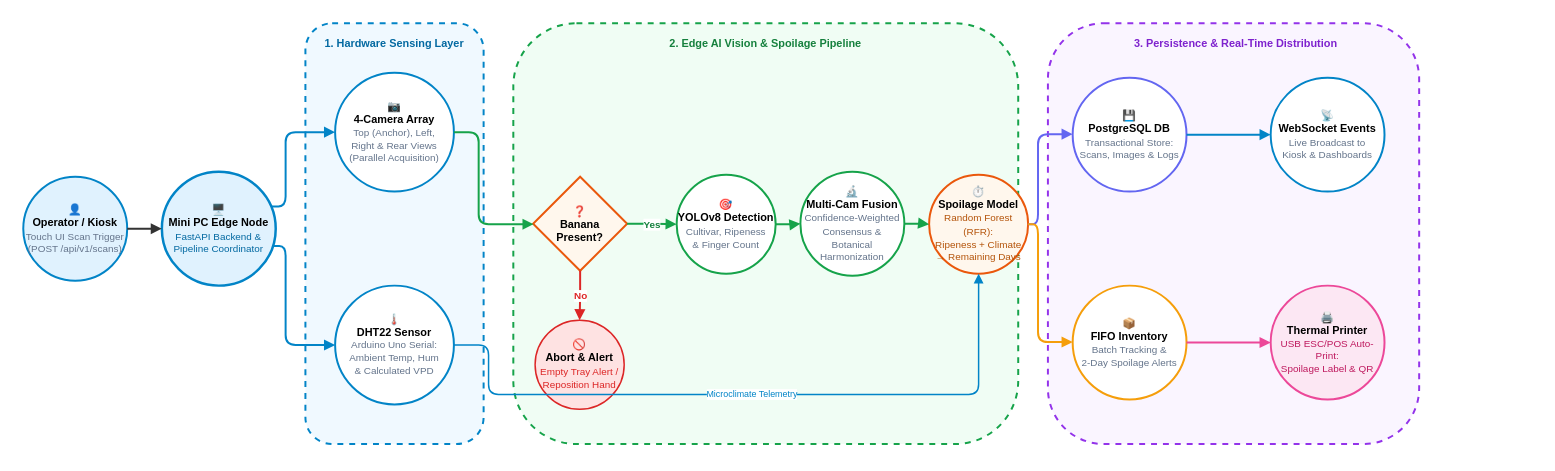
Before: docs/bananavision-docs/docs/workflows/workflow_iot.drawio in BlackShark404/BananaVision, a draw.io diagram. Source tidied: cells renumbered, new cells numbered last; positions are measured from the earlier drawing's top-left corner, leaving out a move shared by most shapes. Both pictures are drawn from the tidied source at 99%, with x=0, y=0 at pixel (23, 23).
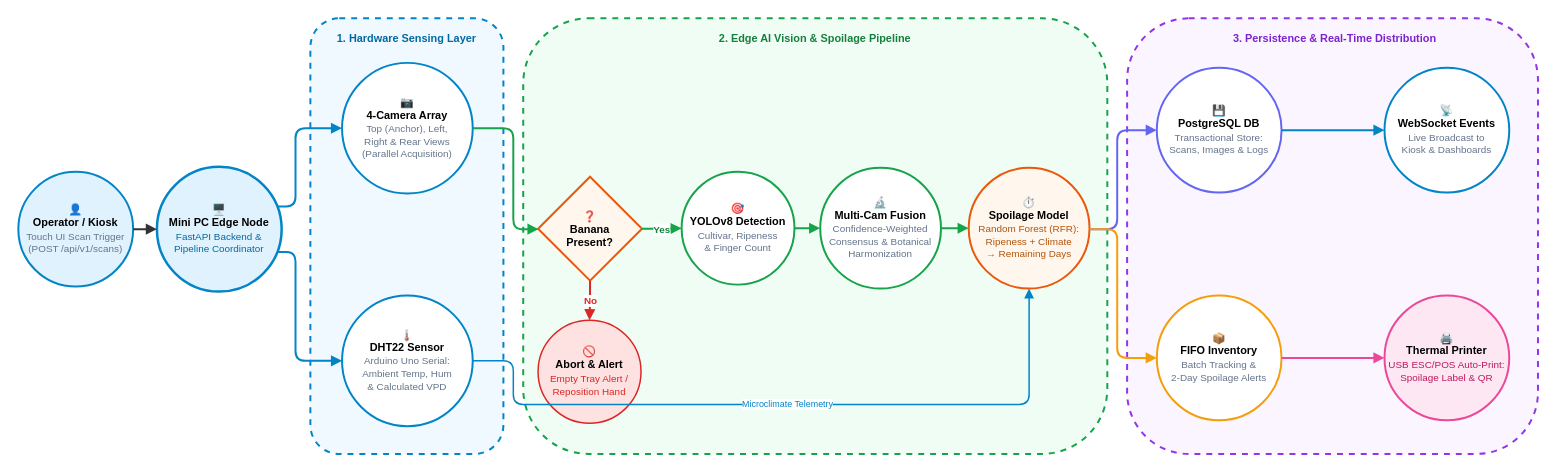
Above is the later version.

Commit message (it also covers changes not shown here):
docs: update IoT and workflow diagram layouts and node dimensions

The edit, as a diff of the source:
```diff
@@
-    <mxCell id="2" value="👤&lt;br&gt;&lt;b&gt;Operator / Kiosk&lt;/b&gt;&lt;br&gt;&lt;font color=&quot;#64748b&quot; style=&quot;font-size: 10px;&quot;&gt;Touch UI Scan Trigger&lt;br&gt;(POST /api/v1/scans)&lt;/font&gt;" style="ellipse;whiteSpace=wrap;html=1;fillColor=#e0f2fe;strokeColor=#0284c7;strokeWidth=2;fontSize=11;" parent="1" vertex="1">
-      <mxGeometry y="155" width="105" height="105" as="geometry" />
+    <mxCell id="2" value="👤&lt;br&gt;&lt;b&gt;Operator / Kiosk&lt;/b&gt;&lt;br&gt;&lt;font color=&quot;#64748b&quot; style=&quot;font-size: 10px;&quot;&gt;Touch UI Scan Trigger&lt;br&gt;(POST /api/v1/scans)&lt;/font&gt;" style="ellipse;whiteSpace=wrap;html=1;fillColor=#e0f2fe;strokeColor=#0284c7;strokeWidth=2;fontSize=11;spacing=3;" parent="1" vertex="1">
+      <mxGeometry x="-5" y="150" width="116" height="116" as="geometry" />
     </mxCell>
-    <mxCell id="3" value="🖥️&lt;br&gt;&lt;b&gt;Mini PC Edge Node&lt;/b&gt;&lt;br&gt;&lt;font color=&quot;#0369a1&quot; style=&quot;font-size: 10px;&quot;&gt;FastAPI Backend &amp;amp;&lt;br&gt;Pipeline Coordinator&lt;/font&gt;" style="ellipse;whiteSpace=wrap;html=1;fillColor=#e0f2fe;strokeColor=#0284c7;strokeWidth=2.5;fontSize=11;" parent="1" vertex="1">
-      <mxGeometry x="140" y="150" width="115" height="115" as="geometry" />
+    <mxCell id="3" value="🖥️&lt;br&gt;&lt;b&gt;Mini PC Edge Node&lt;/b&gt;&lt;br&gt;&lt;font color=&quot;#0369a1&quot; style=&quot;font-size: 10px;&quot;&gt;FastAPI Backend &amp;amp;&lt;br&gt;Pipeline Coordinator&lt;/font&gt;" style="ellipse;whiteSpace=wrap;html=1;fillColor=#e0f2fe;strokeColor=#0284c7;strokeWidth=2.5;fontSize=11;spacing=3;" parent="1" vertex="1">
+      <mxGeometry x="135" y="145" width="126" height="126" as="geometry" />
     </mxCell>
     <mxCell id="4" style="rounded=1;whiteSpace=wrap;html=1;fillColor=#f0f9ff;strokeColor=#0284c7;strokeWidth=2;dashed=1;" parent="1" vertex="1">
-      <mxGeometry x="285" width="180" height="425" as="geometry" />
+      <mxGeometry x="290" y="-5" width="195" height="440" as="geometry" />
     </mxCell>
     <mxCell id="5" value="&lt;b&gt;1. Hardware Sensing Layer&lt;/b&gt;" style="text;html=1;align=center;verticalAlign=middle;whiteSpace=wrap;rounded=0;fontSize=11;fontColor=#0369a1;" parent="1" vertex="1">
-      <mxGeometry x="290" y="10" width="170" height="20" as="geometry" />
+      <mxGeometry x="295" y="5" width="185" height="20" as="geometry" />
     </mxCell>
-    <mxCell id="6" value="📷&lt;br&gt;&lt;b&gt;4-Camera Array&lt;/b&gt;&lt;br&gt;&lt;font color=&quot;#64748b&quot; style=&quot;font-size: 10px;&quot;&gt;Top (Anchor), Left,&lt;br&gt;Right &amp;amp; Rear Views&lt;br&gt;(Parallel Acquisition)&lt;/font&gt;" style="ellipse;whiteSpace=wrap;html=1;fillColor=#ffffff;strokeColor=#0284c7;strokeWidth=2;fontSize=11;" parent="1" vertex="1">
-      <mxGeometry x="315" y="50" width="120" height="120" as="geometry" />
+    <mxCell id="6" value="📷&lt;br&gt;&lt;b&gt;4-Camera Array&lt;/b&gt;&lt;br&gt;&lt;font color=&quot;#64748b&quot; style=&quot;font-size: 10px;&quot;&gt;Top (Anchor), Left,&lt;br&gt;Right &amp;amp; Rear Views&lt;br&gt;(Parallel Acquisition)&lt;/font&gt;" style="ellipse;whiteSpace=wrap;html=1;fillColor=#ffffff;strokeColor=#0284c7;strokeWidth=2;fontSize=11;spacing=3;" parent="1" vertex="1">
+      <mxGeometry x="322" y="40" width="132" height="132" as="geometry" />
     </mxCell>
-    <mxCell id="7" value="🌡️&lt;br&gt;&lt;b&gt;DHT22 Sensor&lt;/b&gt;&lt;br&gt;&lt;font color=&quot;#64748b&quot; style=&quot;font-size: 10px;&quot;&gt;Arduino Uno Serial:&lt;br&gt;Ambient Temp, Hum&lt;br&gt;&amp;amp; Calculated VPD&lt;/font&gt;" style="ellipse;whiteSpace=wrap;html=1;fillColor=#ffffff;strokeColor=#0284c7;strokeWidth=2;fontSize=11;" parent="1" vertex="1">
-      <mxGeometry x="315" y="265" width="120" height="120" as="geometry" />
+    <mxCell id="7" value="🌡️&lt;br&gt;&lt;b&gt;DHT22 Sensor&lt;/b&gt;&lt;br&gt;&lt;font color=&quot;#64748b&quot; style=&quot;font-size: 10px;&quot;&gt;Arduino Uno Serial:&lt;br&gt;Ambient Temp, Hum&lt;br&gt;&amp;amp; Calculated VPD&lt;/font&gt;" style="ellipse;whiteSpace=wrap;html=1;fillColor=#ffffff;strokeColor=#0284c7;strokeWidth=2;fontSize=11;spacing=3;" parent="1" vertex="1">
+      <mxGeometry x="322" y="275" width="132" height="132" as="geometry" />
     </mxCell>
     <mxCell id="8" style="rounded=1;whiteSpace=wrap;html=1;fillColor=#f0fdf4;strokeColor=#16a34a;strokeWidth=2;dashed=1;" parent="1" vertex="1">
-      <mxGeometry x="495" width="510" height="425" as="geometry" />
+      <mxGeometry x="505" y="-5" width="590" height="440" as="geometry" />
     </mxCell>
     <mxCell id="9" value="&lt;b&gt;2. Edge AI Vision &amp;amp; Spoilage Pipeline&lt;/b&gt;" style="text;html=1;align=center;verticalAlign=middle;whiteSpace=wrap;rounded=0;fontSize=11;fontColor=#15803d;" parent="1" vertex="1">
-      <mxGeometry x="630" y="10" width="240" height="20" as="geometry" />
+      <mxGeometry x="670" y="5" width="260" height="20" as="geometry" />
     </mxCell>
     <mxCell id="10" value="❓&lt;br&gt;&lt;b&gt;Banana&lt;br&gt;Present?&lt;/b&gt;" style="rhombus;whiteSpace=wrap;html=1;fillColor=#fff7ed;strokeColor=#ea580c;strokeWidth=2;fontSize=11;fontStyle=1;" parent="1" vertex="1">
-      <mxGeometry x="515" y="155" width="95" height="95" as="geometry" />
+      <mxGeometry x="520" y="155" width="105" height="105" as="geometry" />
     </mxCell>
-    <mxCell id="11" value="🚫&lt;br&gt;&lt;b&gt;Abort &amp;amp; Alert&lt;/b&gt;&lt;br&gt;&lt;font color=&quot;#dc2626&quot; style=&quot;font-size: 10px;&quot;&gt;Empty Tray Alert /&lt;br&gt;Reposition Hand&lt;/font&gt;" style="ellipse;whiteSpace=wrap;html=1;fillColor=#fee2e2;strokeColor=#dc2626;strokeWidth=1.5;fontSize=11;" parent="1" vertex="1">
-      <mxGeometry x="517" y="300" width="90" height="90" as="geometry" />
+    <mxCell id="11" value="🚫&lt;br&gt;&lt;b&gt;Abort &amp;amp; Alert&lt;/b&gt;&lt;br&gt;&lt;font color=&quot;#dc2626&quot; style=&quot;font-size: 10px;&quot;&gt;Empty Tray Alert /&lt;br&gt;Reposition Hand&lt;/font&gt;" style="ellipse;whiteSpace=wrap;html=1;fillColor=#fee2e2;strokeColor=#dc2626;strokeWidth=1.5;fontSize=11;spacing=2;" parent="1" vertex="1">
+      <mxGeometry x="520" y="300" width="104" height="104" as="geometry" />
     </mxCell>
-    <mxCell id="12" value="🎯&lt;br&gt;&lt;b&gt;YOLOv8 Detection&lt;/b&gt;&lt;br&gt;&lt;font color=&quot;#64748b&quot; style=&quot;font-size: 10px;&quot;&gt;Cultivar, Ripeness&lt;br&gt;&amp;amp; Finger Count&lt;/font&gt;" style="ellipse;whiteSpace=wrap;html=1;fillColor=#ffffff;strokeColor=#16a34a;strokeWidth=2;fontSize=11;" parent="1" vertex="1">
-      <mxGeometry x="660" y="153" width="100" height="100" as="geometry" />
+    <mxCell id="12" value="🎯&lt;br&gt;&lt;b&gt;YOLOv8 Detection&lt;/b&gt;&lt;br&gt;&lt;font color=&quot;#64748b&quot; style=&quot;font-size: 10px;&quot;&gt;Cultivar, Ripeness&lt;br&gt;&amp;amp; Finger Count&lt;/font&gt;" style="ellipse;whiteSpace=wrap;html=1;fillColor=#ffffff;strokeColor=#16a34a;strokeWidth=2;fontSize=11;spacing=3;" parent="1" vertex="1">
+      <mxGeometry x="665" y="150" width="114" height="114" as="geometry" />
     </mxCell>
-    <mxCell id="13" value="🔬&lt;br&gt;&lt;b&gt;Multi-Cam Fusion&lt;/b&gt;&lt;br&gt;&lt;font color=&quot;#64748b&quot; style=&quot;font-size: 10px;&quot;&gt;Confidence-Weighted&lt;br&gt;Consensus &amp;amp; Botanical&lt;br&gt;Harmonization&lt;/font&gt;" style="ellipse;whiteSpace=wrap;html=1;fillColor=#ffffff;strokeColor=#16a34a;strokeWidth=2;fontSize=11;" parent="1" vertex="1">
-      <mxGeometry x="785" y="150" width="105" height="105" as="geometry" />
+    <mxCell id="13" value="🔬&lt;br&gt;&lt;b&gt;Multi-Cam Fusion&lt;/b&gt;&lt;br&gt;&lt;font color=&quot;#64748b&quot; style=&quot;font-size: 10px;&quot;&gt;Confidence-Weighted&lt;br&gt;Consensus &amp;amp; Botanical&lt;br&gt;Harmonization&lt;/font&gt;" style="ellipse;whiteSpace=wrap;html=1;fillColor=#ffffff;strokeColor=#16a34a;strokeWidth=2;fontSize=11;spacing=3;" parent="1" vertex="1">
+      <mxGeometry x="805" y="146" width="122" height="122" as="geometry" />
     </mxCell>
-    <mxCell id="14" value="⏱️&lt;br&gt;&lt;b&gt;Spoilage Model&lt;/b&gt;&lt;br&gt;&lt;font color=&quot;#b45309&quot; style=&quot;font-size: 10px;&quot;&gt;Random Forest (RFR):&lt;br&gt;Ripeness + Climate&lt;br&gt;→ Remaining Days&lt;/font&gt;" style="ellipse;whiteSpace=wrap;html=1;fillColor=#fff7ed;strokeColor=#ea580c;strokeWidth=2;fontSize=11;" parent="1" vertex="1">
-      <mxGeometry x="915" y="153" width="100" height="100" as="geometry" />
+    <mxCell id="14" value="⏱️&lt;br&gt;&lt;b&gt;Spoilage Model&lt;/b&gt;&lt;br&gt;&lt;font color=&quot;#b45309&quot; style=&quot;font-size: 10px;&quot;&gt;Random Forest (RFR):&lt;br&gt;Ripeness + Climate&lt;br&gt;→ Remaining Days&lt;/font&gt;" style="ellipse;whiteSpace=wrap;html=1;fillColor=#fff7ed;strokeColor=#ea580c;strokeWidth=2;fontSize=11;spacing=3;" parent="1" vertex="1">
+      <mxGeometry x="955" y="146" width="122" height="122" as="geometry" />
     </mxCell>
     <mxCell id="15" style="rounded=1;whiteSpace=wrap;html=1;fillColor=#faf5ff;strokeColor=#9333ea;strokeWidth=2;dashed=1;" parent="1" vertex="1">
-      <mxGeometry x="1035" width="375" height="425" as="geometry" />
+      <mxGeometry x="1115" y="-5" width="415" height="440" as="geometry" />
     </mxCell>
     <mxCell id="16" value="&lt;b&gt;3. Persistence &amp;amp; Real-Time Distribution&lt;/b&gt;" style="text;html=1;align=center;verticalAlign=middle;whiteSpace=wrap;rounded=0;fontSize=11;fontColor=#7e22ce;" parent="1" vertex="1">
-      <mxGeometry x="1100" y="10" width="250" height="20" as="geometry" />
+      <mxGeometry x="1195" y="5" width="260" height="20" as="geometry" />
     </mxCell>
-    <mxCell id="17" value="💾&lt;br&gt;&lt;b&gt;PostgreSQL DB&lt;/b&gt;&lt;br&gt;&lt;font color=&quot;#64748b&quot; style=&quot;font-size: 10px;&quot;&gt;Transactional Store:&lt;br&gt;Scans, Images &amp;amp; Logs&lt;/font&gt;" style="ellipse;whiteSpace=wrap;html=1;fillColor=#ffffff;strokeColor=#6366f1;strokeWidth=2;fontSize=11;" parent="1" vertex="1">
-      <mxGeometry x="1060" y="55" width="115" height="115" as="geometry" />
+    <mxCell id="17" value="💾&lt;br&gt;&lt;b&gt;PostgreSQL DB&lt;/b&gt;&lt;br&gt;&lt;font color=&quot;#64748b&quot; style=&quot;font-size: 10px;&quot;&gt;Transactional Store:&lt;br&gt;Scans, Images &amp;amp; Logs&lt;/font&gt;" style="ellipse;whiteSpace=wrap;html=1;fillColor=#ffffff;strokeColor=#6366f1;strokeWidth=2;fontSize=11;spacing=3;" parent="1" vertex="1">
+      <mxGeometry x="1145" y="45" width="126" height="126" as="geometry" />
     </mxCell>
-    <mxCell id="18" value="📡&lt;br&gt;&lt;b&gt;WebSocket Events&lt;/b&gt;&lt;br&gt;&lt;font color=&quot;#64748b&quot; style=&quot;font-size: 10px;&quot;&gt;Live Broadcast to&lt;br&gt;Kiosk &amp;amp; Dashboards&lt;/font&gt;" style="ellipse;whiteSpace=wrap;html=1;fillColor=#ffffff;strokeColor=#0284c7;strokeWidth=2;fontSize=11;" parent="1" vertex="1">
-      <mxGeometry x="1260" y="55" width="115" height="115" as="geometry" />
+    <mxCell id="18" value="📡&lt;br&gt;&lt;b&gt;WebSocket Events&lt;/b&gt;&lt;br&gt;&lt;font color=&quot;#64748b&quot; style=&quot;font-size: 10px;&quot;&gt;Live Broadcast to&lt;br&gt;Kiosk &amp;amp; Dashboards&lt;/font&gt;" style="ellipse;whiteSpace=wrap;html=1;fillColor=#ffffff;strokeColor=#0284c7;strokeWidth=2;fontSize=11;spacing=3;" parent="1" vertex="1">
+      <mxGeometry x="1375" y="45" width="126" height="126" as="geometry" />
     </mxCell>
-    <mxCell id="19" value="📦&lt;br&gt;&lt;b&gt;FIFO Inventory&lt;/b&gt;&lt;br&gt;&lt;font color=&quot;#64748b&quot; style=&quot;font-size: 10px;&quot;&gt;Batch Tracking &amp;amp;&lt;br&gt;2-Day Spoilage Alerts&lt;/font&gt;" style="ellipse;whiteSpace=wrap;html=1;fillColor=#ffffff;strokeColor=#f59e0b;strokeWidth=2;fontSize=11;" parent="1" vertex="1">
-      <mxGeometry x="1060" y="265" width="115" height="115" as="geometry" />
+    <mxCell id="19" value="📦&lt;br&gt;&lt;b&gt;FIFO Inventory&lt;/b&gt;&lt;br&gt;&lt;font color=&quot;#64748b&quot; style=&quot;font-size: 10px;&quot;&gt;Batch Tracking &amp;amp;&lt;br&gt;2-Day Spoilage Alerts&lt;/font&gt;" style="ellipse;whiteSpace=wrap;html=1;fillColor=#ffffff;strokeColor=#f59e0b;strokeWidth=2;fontSize=11;spacing=3;" parent="1" vertex="1">
+      <mxGeometry x="1145" y="275" width="126" height="126" as="geometry" />
     </mxCell>
-    <mxCell id="20" value="🖨️&lt;br&gt;&lt;b&gt;Thermal Printer&lt;/b&gt;&lt;br&gt;&lt;font color=&quot;#be185d&quot; style=&quot;font-size: 10px;&quot;&gt;USB ESC/POS Auto-Print:&lt;br&gt;Spoilage Label &amp;amp; QR&lt;/font&gt;" style="ellipse;whiteSpace=wrap;html=1;fillColor=#fce7f3;strokeColor=#ec4899;strokeWidth=2;fontSize=11;" parent="1" vertex="1">
-      <mxGeometry x="1260" y="265" width="115" height="115" as="geometry" />
+    <mxCell id="20" value="🖨️&lt;br&gt;&lt;b&gt;Thermal Printer&lt;/b&gt;&lt;br&gt;&lt;font color=&quot;#be185d&quot; style=&quot;font-size: 10px;&quot;&gt;USB ESC/POS Auto-Print:&lt;br&gt;Spoilage Label &amp;amp; QR&lt;/font&gt;" style="ellipse;whiteSpace=wrap;html=1;fillColor=#fce7f3;strokeColor=#ec4899;strokeWidth=2;fontSize=11;spacing=3;" parent="1" vertex="1">
+      <mxGeometry x="1375" y="275" width="126" height="126" as="geometry" />
     </mxCell>
@@
     <mxCell id="22" style="edgeStyle=orthogonalEdgeStyle;rounded=1;jettySize=auto;html=1;strokeWidth=2;strokeColor=#0284c7;endArrow=block;endFill=1;" parent="1" edge="1" source="3" target="6">
       <mxGeometry relative="1" as="geometry">
         <Array as="points">
-          <mxPoint x="265" y="185" />
-          <mxPoint x="265" y="110" />
+          <mxPoint x="275" y="185" />
+          <mxPoint x="275" y="106" />
         </Array>
       </mxGeometry>
     </mxCell>
     <mxCell id="23" style="edgeStyle=orthogonalEdgeStyle;rounded=1;jettySize=auto;html=1;strokeWidth=2;strokeColor=#0284c7;endArrow=block;endFill=1;" parent="1" edge="1" source="3" target="7">
       <mxGeometry relative="1" as="geometry">
         <Array as="points">
-          <mxPoint x="265" y="225" />
-          <mxPoint x="265" y="325" />
+          <mxPoint x="275" y="231" />
+          <mxPoint x="275" y="341" />
         </Array>
       </mxGeometry>
     </mxCell>
     <mxCell id="24" style="edgeStyle=orthogonalEdgeStyle;rounded=1;jettySize=auto;html=1;strokeWidth=2;strokeColor=#16a34a;endArrow=block;endFill=1;" parent="1" edge="1" source="6" target="10">
       <mxGeometry relative="1" as="geometry">
         <Array as="points">
-          <mxPoint x="460" y="110" />
-          <mxPoint x="460" y="203" />
+          <mxPoint x="495" y="106" />
+          <mxPoint x="495" y="208" />
         </Array>
       </mxGeometry>
     </mxCell>
@@
     <mxCell id="29" value="Microclimate Telemetry" style="edgeStyle=orthogonalEdgeStyle;rounded=1;jettySize=auto;html=1;strokeWidth=1.5;strokeColor=#0284c7;strokeDasharray=4 4;endArrow=block;endFill=1;fontSize=9;fontColor=#0284c7;" parent="1" edge="1" source="7" target="14">
       <mxGeometry relative="1" as="geometry">
         <Array as="points">
-          <mxPoint x="470" y="325" />
-          <mxPoint x="470" y="375" />
-          <mxPoint x="965" y="375" />
+          <mxPoint x="495" y="341" />
+          <mxPoint x="495" y="385" />
+          <mxPoint x="1016" y="385" />
         </Array>
       </mxGeometry>
     </mxCell>
     <mxCell id="30" style="edgeStyle=orthogonalEdgeStyle;rounded=1;jettySize=auto;html=1;strokeWidth=2;strokeColor=#6366f1;endArrow=block;endFill=1;" parent="1" edge="1" source="14" target="17">
       <mxGeometry relative="1" as="geometry">
         <Array as="points">
-          <mxPoint x="1025" y="203" />
-          <mxPoint x="1025" y="112" />
+          <mxPoint x="1105" y="208" />
+          <mxPoint x="1105" y="108" />
         </Array>
       </mxGeometry>
     </mxCell>
     <mxCell id="31" style="edgeStyle=orthogonalEdgeStyle;rounded=1;jettySize=auto;html=1;strokeWidth=2;strokeColor=#f59e0b;endArrow=block;endFill=1;" parent="1" edge="1" source="14" target="19">
       <mxGeometry relative="1" as="geometry">
         <Array as="points">
-          <mxPoint x="1025" y="203" />
-          <mxPoint x="1025" y="322" />
+          <mxPoint x="1105" y="208" />
+          <mxPoint x="1105" y="338" />
         </Array>
       </mxGeometry>
     </mxCell>
```
